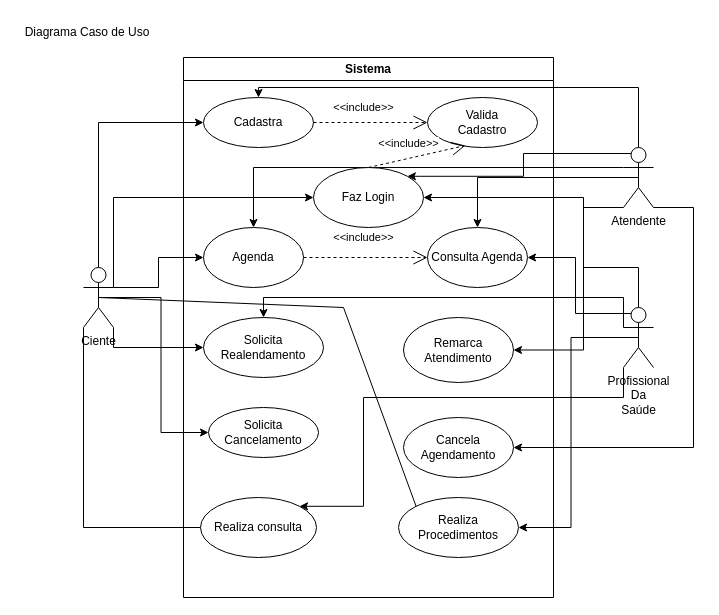
This is page "Diagrama Caso de Uso - Agendamento Cliente" (2 of 3) of Diagrama sem nome.drawio from Ricardo93santos/teste_banco_de_dados, a draw.io file, before an edit. Source tidied: cells renumbered, new cells numbered last; positions are measured from the earlier drawing's top-left corner, leaving out a move shared by most shapes. Both pictures are drawn from the tidied source at 100%, with x=0, y=0 at pixel (17, 17).
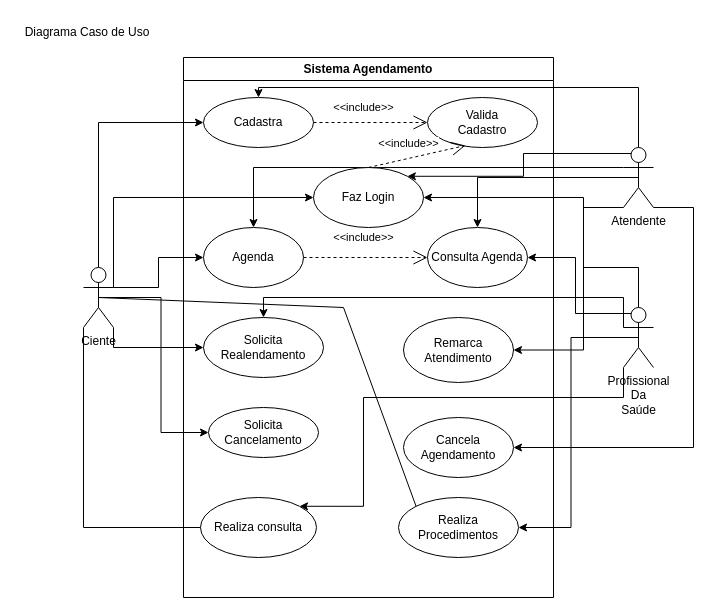
Above is the later version.

Commit message:
Adição do diagrama de casos de uso, para login e gestão dos funcionários

The edit, as a diff of the source:
```diff
@@
-    <mxCell id="22" value="Sistema" style="swimlane;whiteSpace=wrap;html=1;" parent="1" vertex="1">
+    <mxCell id="22" value="Sistema Agendamento" style="swimlane;whiteSpace=wrap;html=1;" parent="1" vertex="1">
       <mxGeometry x="166" y="40" width="370" height="540" as="geometry" />
     </mxCell>
```
